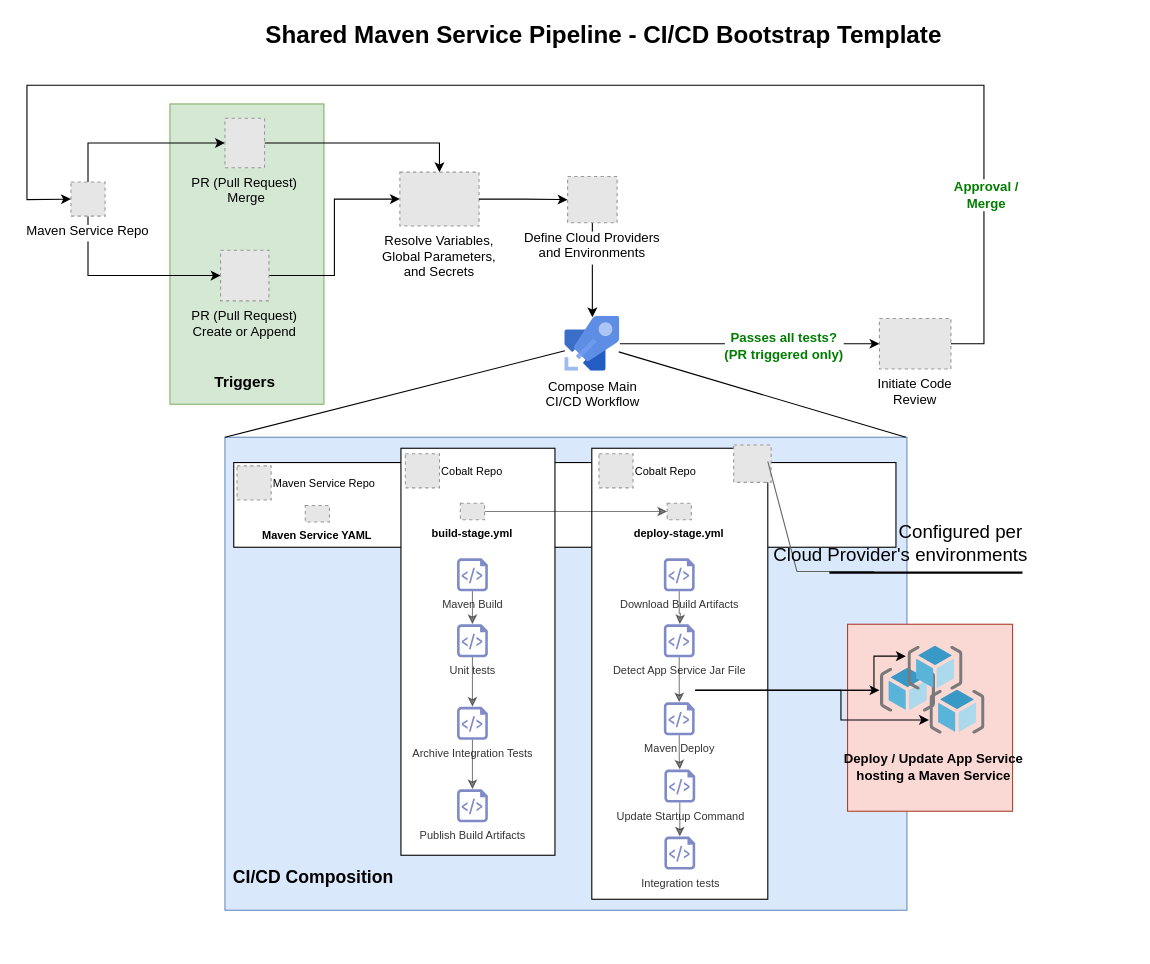
Above: devops/providers/azure-devops/templates/app_service_maven/.images/CICD_Shared_Maven_Service_Pipeline_v1.drawio in microsoft/cobalt (draw.io), before the change. Source tidied: cells renumbered, new cells numbered last; positions are measured from the earlier drawing's top-left corner, leaving out a move shared by most shapes. Both pictures are drawn from the tidied source at 110%, with x=0, y=0 at pixel (26, 19). Pictures stored in the file or linked from it are replaced by grey dashed boxes.
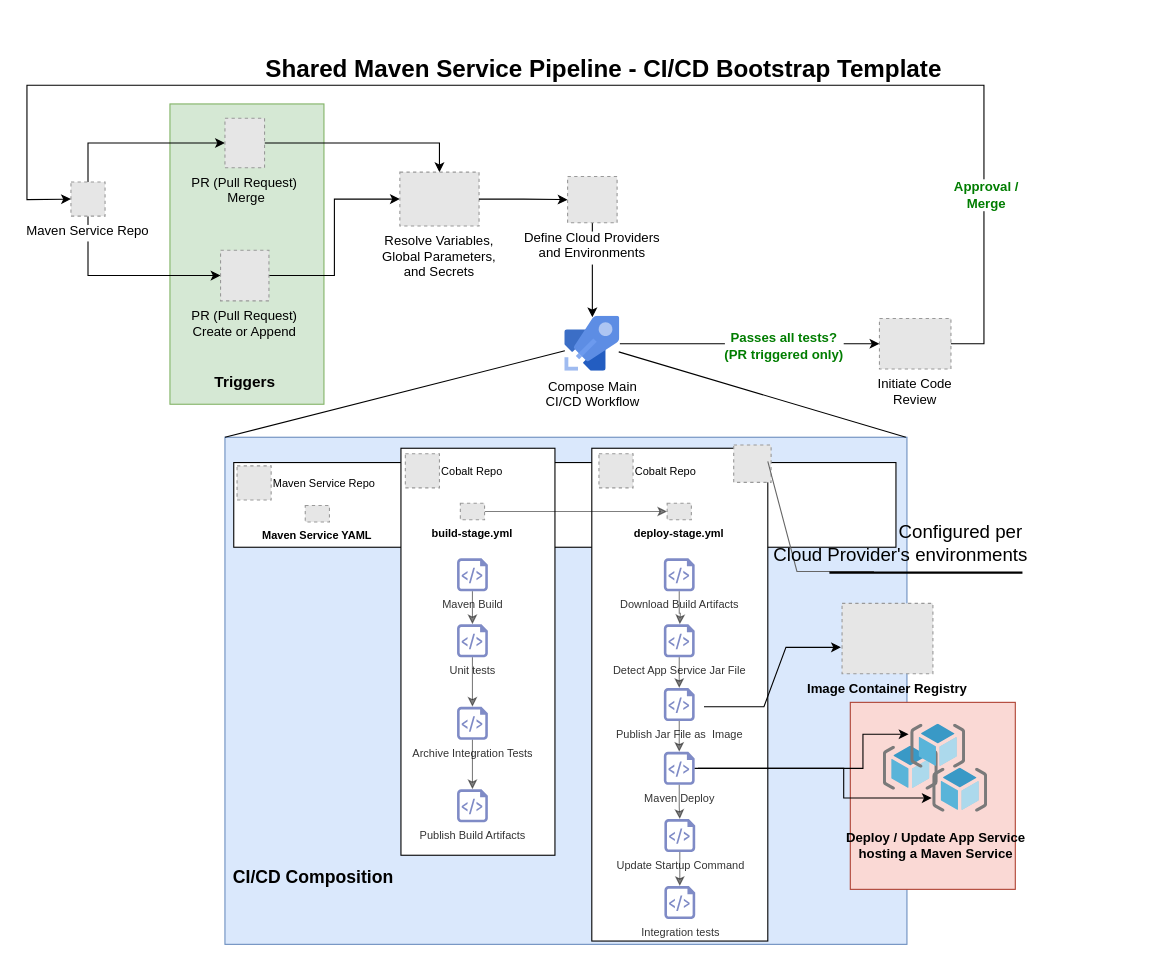
The same diagram, later.

The change refers to these unchanged cells:
```xml
<mxCell id="36" value="Detect App Service Jar File" style="shadow=0;dashed=0;html=1;strokeColor=none;labelPosition=center;verticalLabelPosition=bottom;verticalAlign=top;align=center;fillColor=#00188D;shape=mxgraph.azure.script_file;labelBackgroundColor=none;fontSize=10;opacity=50;textOpacity=80;" parent="1" vertex="1">
  <mxGeometry x="579" y="550" width="28" height="30" as="geometry" />
</mxCell>
<mxCell id="56" style="html=1;points=[];align=center;image;fontSize=12;image=img/lib/mscae/ResourceGroup.svg;labelBackgroundColor=none;" parent="54" vertex="1">
  <mxGeometry y="20" width="50" height="40" as="geometry" />
</mxCell>
<mxCell id="57" style="html=1;points=[];align=center;image;fontSize=12;image=img/lib/mscae/ResourceGroup.svg;labelBackgroundColor=none;" parent="54" vertex="1">
  <mxGeometry x="25" width="50" height="40" as="geometry" />
</mxCell>
```

What changed in the source:
```diff
@@
     <mxCell id="2" style="whiteSpace=wrap;html=1;labelBackgroundColor=none;fontSize=12;fillColor=#dae8fc;strokeColor=#6c8ebf;horizontal=1;" parent="1" vertex="1">
-      <mxGeometry x="180" y="380" width="620" height="430" as="geometry" />
+      <mxGeometry x="180" y="380" width="620" height="461" as="geometry" />
     </mxCell>
@@
     <mxCell id="4" value="Shared Maven Service Pipeline - CI/CD Bootstrap Template" style="text;html=1;align=center;verticalAlign=middle;fillColor=none;strokeColor=none;rounded=0;fontSize=22;fontStyle=1;" parent="1" vertex="1">
-      <mxGeometry x="209" width="630" height="30" as="geometry" />
+      <mxGeometry x="209" y="31" width="630" height="30" as="geometry" />
     </mxCell>
@@
     <mxCell id="21" style="whiteSpace=wrap;html=1;labelBackgroundColor=none;fontSize=10;" parent="1" vertex="1">
-      <mxGeometry x="513.5" y="390" width="160" height="410" as="geometry" />
+      <mxGeometry x="513.5" y="390" width="160" height="448" as="geometry" />
     </mxCell>
@@
-    <mxCell id="35" style="edgeStyle=orthogonalEdgeStyle;rounded=0;jettySize=auto;html=1;fontSize=10;fontColor=#000000;opacity=50;textOpacity=80;" parent="1" edge="1" source="36" target="38">
+    <mxCell id="35" style="edgeStyle=orthogonalEdgeStyle;rounded=0;jettySize=auto;html=1;fontSize=10;fontColor=#000000;opacity=50;textOpacity=80;" parent="1" edge="1" source="66" target="38">
       <mxGeometry relative="1" as="geometry" />
     </mxCell>
@@
     <mxCell id="38" value="Maven Deploy" style="shadow=0;dashed=0;html=1;strokeColor=none;labelPosition=center;verticalLabelPosition=bottom;verticalAlign=top;align=center;fillColor=#00188D;shape=mxgraph.azure.script_file;labelBackgroundColor=none;fontSize=10;opacity=50;textOpacity=80;" parent="1" vertex="1">
-      <mxGeometry x="579" y="621" width="28" height="30" as="geometry" />
+      <mxGeometry x="579" y="666" width="28" height="30" as="geometry" />
     </mxCell>
@@
     <mxCell id="40" value="Update Startup Command" style="shadow=0;dashed=0;html=1;strokeColor=none;labelPosition=center;verticalLabelPosition=bottom;verticalAlign=top;align=center;fillColor=#00188D;shape=mxgraph.azure.script_file;labelBackgroundColor=none;fontSize=10;opacity=50;textOpacity=80;" parent="1" vertex="1">
-      <mxGeometry x="579.5" y="682" width="28" height="30" as="geometry" />
+      <mxGeometry x="579.5" y="727" width="28" height="30" as="geometry" />
     </mxCell>
     <mxCell id="41" value="Integration tests" style="shadow=0;dashed=0;html=1;strokeColor=none;labelPosition=center;verticalLabelPosition=bottom;verticalAlign=top;align=center;fillColor=#00188D;shape=mxgraph.azure.script_file;labelBackgroundColor=none;fontSize=10;opacity=50;textOpacity=80;" parent="1" vertex="1">
-      <mxGeometry x="579.5" y="743" width="28" height="30" as="geometry" />
+      <mxGeometry x="579.5" y="788" width="28" height="30" as="geometry" />
     </mxCell>
@@
     <mxCell id="53" style="group;fontColor=#EA6B66;" parent="1" vertex="1">
-      <mxGeometry x="763.5" y="570" width="192.5" height="150" as="geometry" />
+      <mxGeometry x="766" y="641" width="192.5" height="150" as="geometry" />
     </mxCell>
@@
-    <mxCell id="60" style="edgeStyle=none;rounded=0;comic=0;jettySize=auto;html=1;exitX=1;exitY=0.5;exitDx=0;exitDy=0;exitPerimeter=0;entryX=-0.02;entryY=0.5;entryDx=0;entryDy=0;entryPerimeter=0;shadow=0;fontSize=12;fontColor=#000000;" parent="1" edge="1" target="56">
-      <mxGeometry relative="1" as="geometry">
-        <mxPoint x="607.5" y="610" as="sourcePoint" />
-      </mxGeometry>
-    </mxCell>
-    <mxCell id="61" style="edgeStyle=none;rounded=0;comic=0;jettySize=auto;html=1;entryX=-0.04;entryY=0.225;entryDx=0;entryDy=0;entryPerimeter=0;shadow=0;fontSize=12;fontColor=#000000;exitX=1;exitY=0.5;exitDx=0;exitDy=0;exitPerimeter=0;" parent="1" edge="1" target="57">
+    <mxCell id="61" style="edgeStyle=none;rounded=0;comic=0;jettySize=auto;html=1;entryX=-0.04;entryY=0.225;entryDx=0;entryDy=0;entryPerimeter=0;shadow=0;fontSize=12;fontColor=#000000;exitX=1;exitY=0.5;exitDx=0;exitDy=0;exitPerimeter=0;" parent="1" edge="1" source="38" target="57">
       <mxGeometry relative="1" as="geometry">
-        <mxPoint x="607.5" y="610" as="sourcePoint" />
         <Array as="points">
-          <mxPoint x="770" y="610" />
-          <mxPoint x="770" y="579" />
+          <mxPoint x="660" y="681" />
+          <mxPoint x="740" y="681" />
+          <mxPoint x="760" y="681" />
+          <mxPoint x="760" y="650" />
         </Array>
       </mxGeometry>
     </mxCell>
     <mxCell id="62" style="edgeStyle=none;rounded=0;comic=0;orthogonalLoop=1;jettySize=auto;html=1;exitX=1;exitY=0.5;exitDx=0;exitDy=0;exitPerimeter=0;shadow=0;fontSize=12;fontColor=#000000;" parent="1" edge="1">
       <mxGeometry relative="1" as="geometry">
-        <mxPoint x="607.5" y="610" as="sourcePoint" />
-        <mxPoint x="820" y="637" as="targetPoint" />
+        <mxPoint x="610" y="681" as="sourcePoint" />
+        <mxPoint x="822.5" y="708" as="targetPoint" />
         <Array as="points">
-          <mxPoint x="740" y="610" />
-          <mxPoint x="740" y="637" />
+          <mxPoint x="742.5" y="681" />
+          <mxPoint x="742.5" y="708" />
         </Array>
       </mxGeometry>
     </mxCell>
@@
+    <mxCell id="66" value="Publish Jar File as&amp;nbsp; Image" style="shadow=0;dashed=0;html=1;strokeColor=none;labelPosition=center;verticalLabelPosition=bottom;verticalAlign=top;align=center;fillColor=#00188D;shape=mxgraph.azure.script_file;labelBackgroundColor=none;fontSize=10;opacity=50;textOpacity=80;" parent="1" vertex="1">
+      <mxGeometry x="579" y="608" width="28" height="30" as="geometry" />
+    </mxCell>
+    <mxCell id="67" style="edgeStyle=orthogonalEdgeStyle;rounded=0;jettySize=auto;html=1;fontSize=10;fontColor=#000000;opacity=50;textOpacity=80;" parent="1" edge="1" source="36" target="66">
+      <mxGeometry relative="1" as="geometry" />
+    </mxCell>
+    <mxCell id="68" style="edgeStyle=none;rounded=0;comic=0;orthogonalLoop=1;jettySize=auto;html=1;exitX=1;exitY=0.5;exitDx=0;exitDy=0;exitPerimeter=0;shadow=0;fontSize=12;fontColor=#000000;" parent="1" edge="1">
+      <mxGeometry relative="1" as="geometry">
+        <mxPoint x="615.5" y="625" as="sourcePoint" />
+        <mxPoint x="740" y="571" as="targetPoint" />
+        <Array as="points">
+          <mxPoint x="670" y="625" />
+          <mxPoint x="690" y="571" />
+        </Array>
+      </mxGeometry>
+    </mxCell>
+    <mxCell id="69" style="edgeStyle=orthogonalEdgeStyle;rounded=0;orthogonalLoop=1;jettySize=auto;html=1;exitX=0.5;exitY=1;exitDx=0;exitDy=0;" parent="1" edge="1">
+      <mxGeometry relative="1" as="geometry">
+        <mxPoint x="995" y="601" as="sourcePoint" />
+        <mxPoint x="995" y="601" as="targetPoint" />
+      </mxGeometry>
+    </mxCell>
+    <mxCell id="70" value="Image Container Registry" style="fillColor=#E6E6E6;strokeColor=#999999;dashed=1;verticalLabelPosition=bottom;labelBackgroundColor=none;verticalAlign=top;fontStyle=1;labelPosition=center;align=center;" parent="1" vertex="1">
+      <mxGeometry x="741" y="531" width="82.6" height="64" as="geometry" />
+    </mxCell>
```
